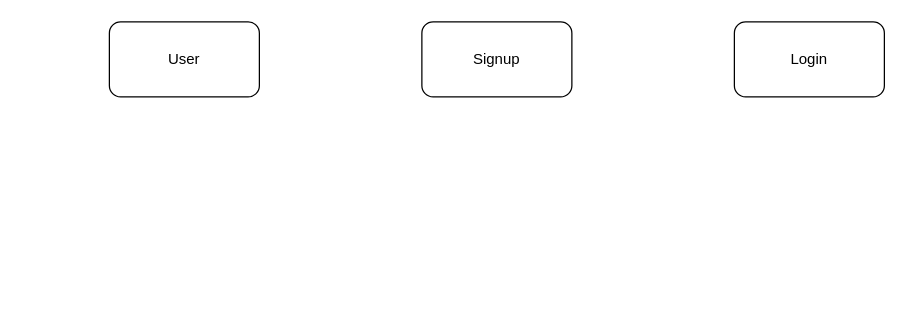
This is Untitled Diagram.drawio from Shilpa2022Git/HTMLCss, a draw.io file, before an edit. Source tidied: cells renumbered, new cells numbered last; positions are measured from the earlier drawing's top-left corner, leaving out a move shared by most shapes. Both pictures are drawn from the tidied source at 125%, with x=0, y=0 at pixel (109, 21).
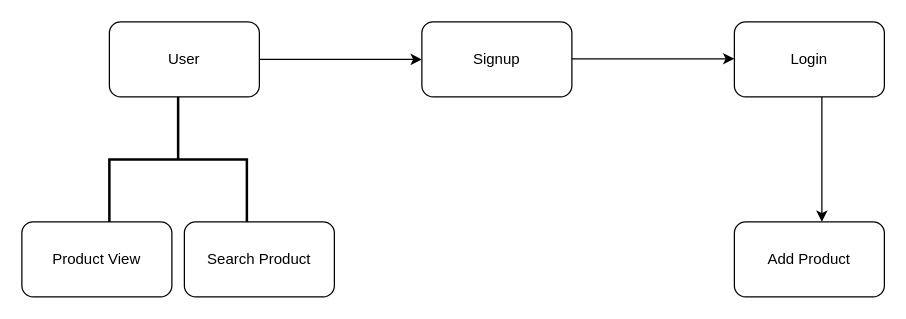
After the change.

Change to the diagram source:
```diff
@@
 <mxGraphModel>
   <root>
     <mxCell id="0" />
     <mxCell id="1" parent="0" />
     <mxCell id="2" value="User" style="rounded=1;whiteSpace=wrap;html=1;" parent="1" vertex="1">
       <mxGeometry width="120" height="60" as="geometry" />
     </mxCell>
     <mxCell id="3" value="Signup" style="rounded=1;whiteSpace=wrap;html=1;" parent="1" vertex="1">
       <mxGeometry x="250" width="120" height="60" as="geometry" />
     </mxCell>
     <mxCell id="4" value="Login" style="rounded=1;whiteSpace=wrap;html=1;" parent="1" vertex="1">
       <mxGeometry x="500" width="120" height="60" as="geometry" />
     </mxCell>
+    <mxCell id="5" style="endArrow=classic;html=1;rounded=0;" parent="1" edge="1" target="3">
+      <mxGeometry relative="1" as="geometry">
+        <mxPoint x="120" y="30" as="sourcePoint" />
+        <Array as="points">
+          <mxPoint x="160" y="30" />
+        </Array>
+      </mxGeometry>
+    </mxCell>
+    <mxCell id="6" style="endArrow=classic;html=1;rounded=0;" parent="1" edge="1">
+      <mxGeometry relative="1" as="geometry">
+        <mxPoint x="570" y="60" as="sourcePoint" />
+        <mxPoint x="570" y="160" as="targetPoint" />
+      </mxGeometry>
+    </mxCell>
+    <mxCell id="7" style="endArrow=classic;html=1;rounded=0;" parent="1" edge="1">
+      <mxGeometry relative="1" as="geometry">
+        <mxPoint x="370" y="29.5" as="sourcePoint" />
+        <mxPoint x="500" y="29.5" as="targetPoint" />
+        <Array as="points">
+          <mxPoint x="410" y="29.5" />
+        </Array>
+      </mxGeometry>
+    </mxCell>
+    <mxCell id="8" value="Product View" style="rounded=1;whiteSpace=wrap;html=1;" parent="1" vertex="1">
+      <mxGeometry x="-70" y="160" width="120" height="60" as="geometry" />
+    </mxCell>
+    <mxCell id="9" value="Search Product" style="rounded=1;whiteSpace=wrap;html=1;" parent="1" vertex="1">
+      <mxGeometry x="60" y="160" width="120" height="60" as="geometry" />
+    </mxCell>
+    <mxCell id="10" value="Add Product" style="rounded=1;whiteSpace=wrap;html=1;" parent="1" vertex="1">
+      <mxGeometry x="500" y="160" width="120" height="60" as="geometry" />
+    </mxCell>
+    <mxCell id="11" style="strokeWidth=2;html=1;shape=mxgraph.flowchart.annotation_2;align=left;labelPosition=right;direction=south;" parent="1" vertex="1">
+      <mxGeometry y="60" width="110" height="100" as="geometry" />
+    </mxCell>
   </root>
 </mxGraphModel>
```
